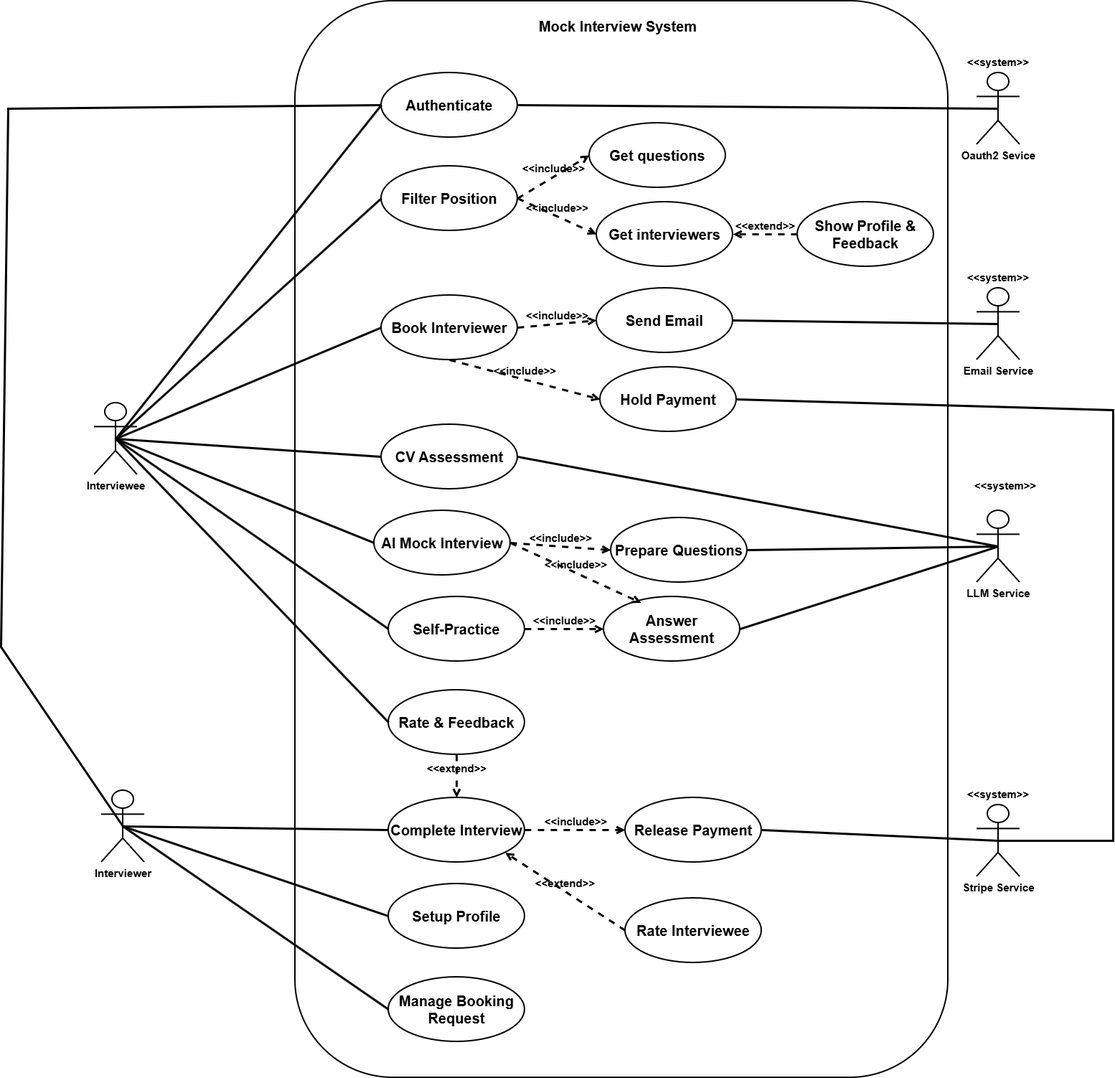
Before: docs/analysis_and_design/use_case_UML/UseCase picture.png, a diagram exported from draw.io (Quanbro07/SE-Master-Interview). Source tidied: cells renumbered, new cells last; positions are measured from the earlier drawing's top-left corner, leaving out a move shared by most shapes.
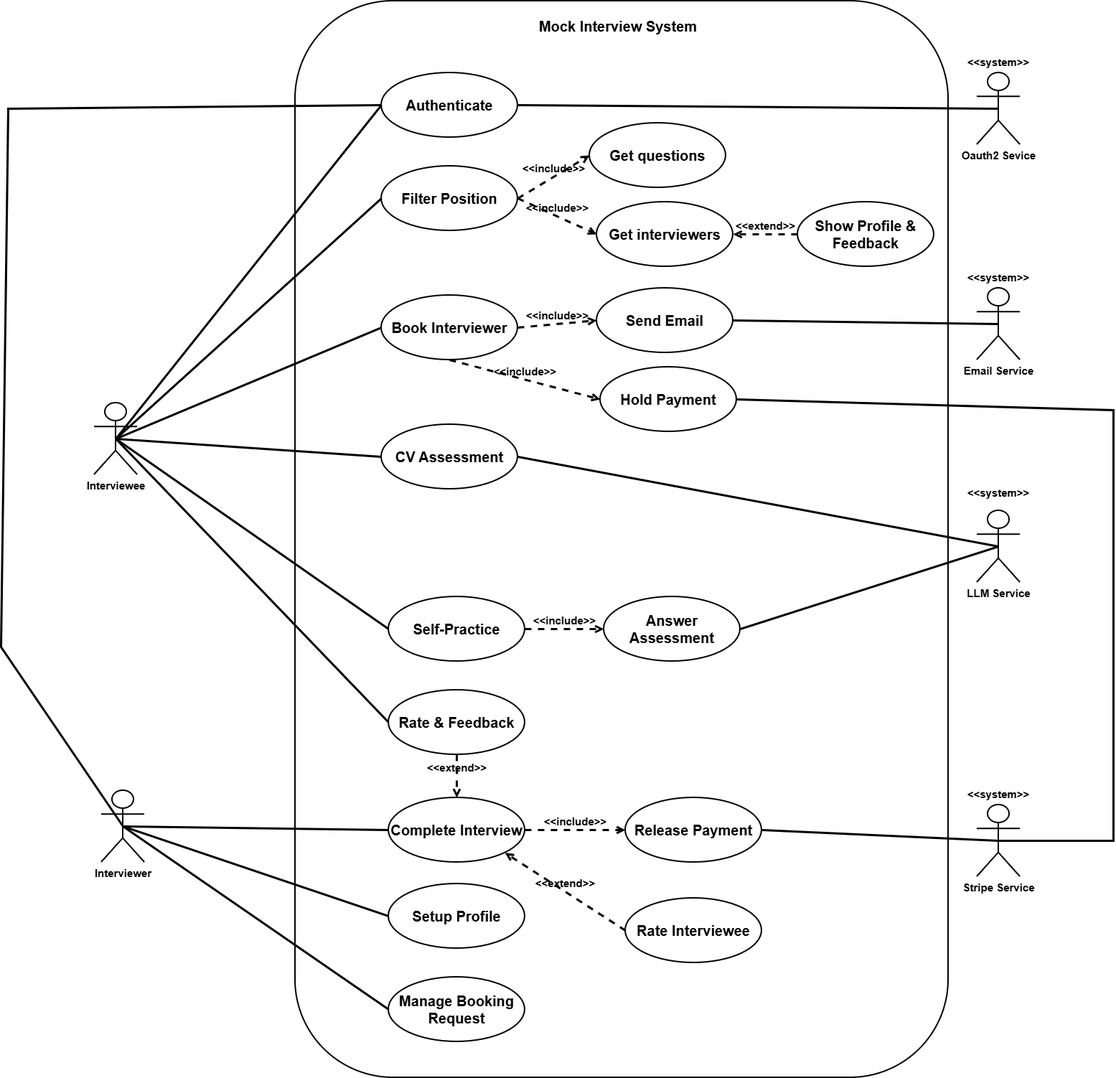
Later version of the same file.

Commit message:
update past template

What changed in the source:
```diff
@@ -92,24 +92,9 @@
     <mxCell id="31" style="endArrow=none;html=1;rounded=0;strokeWidth=3;entryX=1;entryY=0.5;entryDx=0;entryDy=0;exitX=0.5;exitY=0.5;exitDx=0;exitDy=0;exitPerimeter=0;" parent="1" edge="1" source="21" target="29">
       <mxGeometry relative="1" as="geometry" />
     </mxCell>
-    <mxCell id="32" value="&lt;font style=&quot;font-size: 20px;&quot;&gt;&lt;b style=&quot;&quot;&gt;AI Mock Interview&lt;/b&gt;&lt;/font&gt;" style="ellipse;whiteSpace=wrap;html=1;strokeWidth=2;" parent="1" vertex="1">
-      <mxGeometry x="520" y="710" width="190" height="90" as="geometry" />
-    </mxCell>
-    <mxCell id="33" value="&lt;font style=&quot;font-size: 20px;&quot;&gt;&lt;b style=&quot;&quot;&gt;Prepare Questions&lt;/b&gt;&lt;/font&gt;" style="ellipse;whiteSpace=wrap;html=1;strokeWidth=2;" parent="1" vertex="1">
-      <mxGeometry x="850" y="720" width="190" height="90" as="geometry" />
-    </mxCell>
     <mxCell id="34" value="&lt;font style=&quot;font-size: 20px;&quot;&gt;&lt;b style=&quot;&quot;&gt;Answer Assessment&lt;/b&gt;&lt;/font&gt;" style="ellipse;whiteSpace=wrap;html=1;strokeWidth=2;" parent="1" vertex="1">
       <mxGeometry x="840" y="830" width="190" height="90" as="geometry" />
     </mxCell>
-    <mxCell id="35" style="endArrow=none;html=1;rounded=0;strokeWidth=3;exitX=0.5;exitY=0.5;exitDx=0;exitDy=0;exitPerimeter=0;entryX=0;entryY=0.5;entryDx=0;entryDy=0;" parent="1" edge="1" source="3" target="32">
-      <mxGeometry relative="1" as="geometry" />
-    </mxCell>
-    <mxCell id="36" value="&lt;font style=&quot;font-size: 15px;&quot;&gt;&lt;b&gt;&amp;lt;&amp;lt;include&amp;gt;&amp;gt;&lt;/b&gt;&lt;/font&gt;" style="html=1;verticalAlign=bottom;labelBackgroundColor=none;endArrow=open;endFill=0;dashed=1;rounded=0;strokeWidth=3;strokeColor=default;entryX=0;entryY=0.5;entryDx=0;entryDy=0;exitX=1;exitY=0.5;exitDx=0;exitDy=0;" parent="1" edge="1" source="32" target="33">
-      <mxGeometry relative="1" as="geometry" />
-    </mxCell>
-    <mxCell id="37" value="&lt;font style=&quot;font-size: 15px;&quot;&gt;&lt;b&gt;&amp;lt;&amp;lt;include&amp;gt;&amp;gt;&lt;/b&gt;&lt;/font&gt;" style="html=1;verticalAlign=bottom;labelBackgroundColor=none;endArrow=open;endFill=0;dashed=1;rounded=0;strokeWidth=3;strokeColor=default;entryX=0.274;entryY=0.094;entryDx=0;entryDy=0;exitX=1;exitY=0.5;exitDx=0;exitDy=0;entryPerimeter=0;" parent="1" edge="1" source="32" target="34">
-      <mxGeometry relative="1" as="geometry" />
-    </mxCell>
     <mxCell id="38" value="&lt;span style=&quot;font-size: 20px;&quot;&gt;&lt;b&gt;Rate &amp;amp; Feedback&lt;/b&gt;&lt;/span&gt;" style="ellipse;whiteSpace=wrap;html=1;strokeWidth=2;" parent="1" vertex="1">
       <mxGeometry x="540" y="960" width="190" height="90" as="geometry" />
     </mxCell>
@@ -122,9 +107,6 @@
     <mxCell id="41" value="&amp;lt;&amp;lt;extend&amp;gt;&amp;gt;" style="html=1;verticalAlign=bottom;labelBackgroundColor=none;endArrow=open;endFill=0;dashed=1;rounded=0;fontSize=15;fontStyle=1;entryX=1;entryY=0.5;entryDx=0;entryDy=0;exitX=0;exitY=0.5;exitDx=0;exitDy=0;strokeWidth=3;" parent="1" edge="1" source="40" target="9">
       <mxGeometry relative="1" as="geometry" />
     </mxCell>
-    <mxCell id="42" style="endArrow=none;html=1;rounded=0;strokeWidth=3;entryX=0.5;entryY=0.5;entryDx=0;entryDy=0;exitX=1;exitY=0.5;exitDx=0;exitDy=0;entryPerimeter=0;" parent="1" edge="1" source="33" target="21">
-      <mxGeometry relative="1" as="geometry" />
-    </mxCell>
     <mxCell id="43" style="endArrow=none;html=1;rounded=0;strokeWidth=3;entryX=0.5;entryY=0.5;entryDx=0;entryDy=0;exitX=1;exitY=0.5;exitDx=0;exitDy=0;entryPerimeter=0;" parent="1" edge="1" source="34" target="21">
       <mxGeometry relative="1" as="geometry" />
     </mxCell>
@@ -150,7 +132,7 @@
       <mxGeometry x="1360" y="370" width="60" height="30" as="geometry" />
     </mxCell>
     <mxCell id="51" value="&lt;font style=&quot;font-size: 15px;&quot;&gt;&lt;b&gt;&amp;lt;&amp;lt;system&amp;gt;&amp;gt;&lt;/b&gt;&lt;/font&gt;" style="text;html=1;whiteSpace=wrap;strokeColor=none;fillColor=none;align=center;verticalAlign=middle;rounded=0;" parent="1" vertex="1">
-      <mxGeometry x="1370" y="660" width="60" height="30" as="geometry" />
+      <mxGeometry x="1360" y="670" width="60" height="30" as="geometry" />
     </mxCell>
     <mxCell id="52" value="&lt;font style=&quot;font-size: 15px;&quot;&gt;&lt;b&gt;&amp;lt;&amp;lt;system&amp;gt;&amp;gt;&lt;/b&gt;&lt;/font&gt;" style="text;html=1;whiteSpace=wrap;strokeColor=none;fillColor=none;align=center;verticalAlign=middle;rounded=0;" parent="1" vertex="1">
       <mxGeometry x="1360" y="1090" width="60" height="30" as="geometry" />
```
